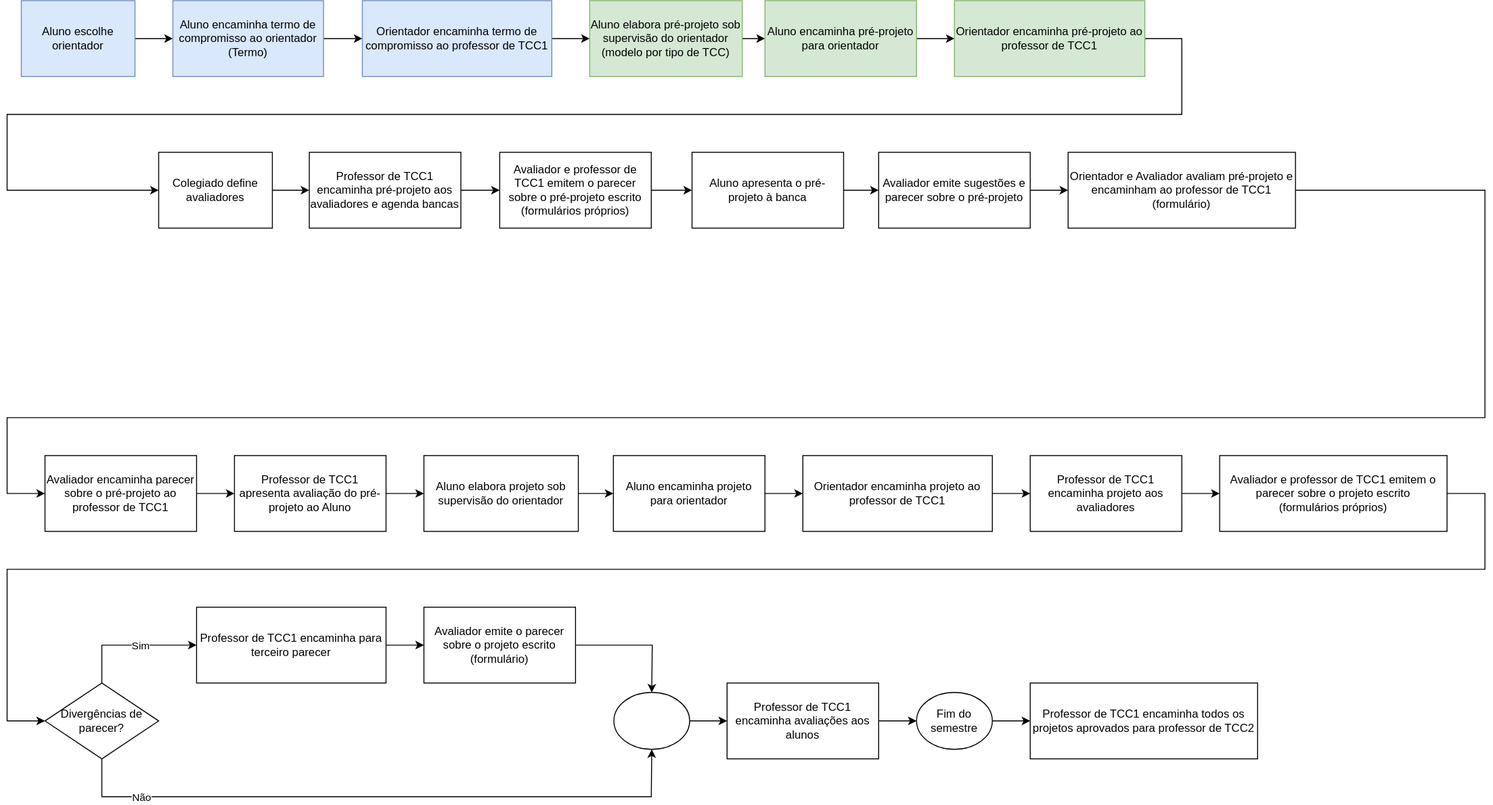
The draw.io diagram _BCC/Cronogramas/cronogramaFluxograma.drawio.svg in dalton-reis/disciplina_TCC1_Privado, before a commit. Source tidied: cells renumbered, new cells last; positions are measured from the earlier drawing's top-left corner, leaving out a move shared by most shapes.
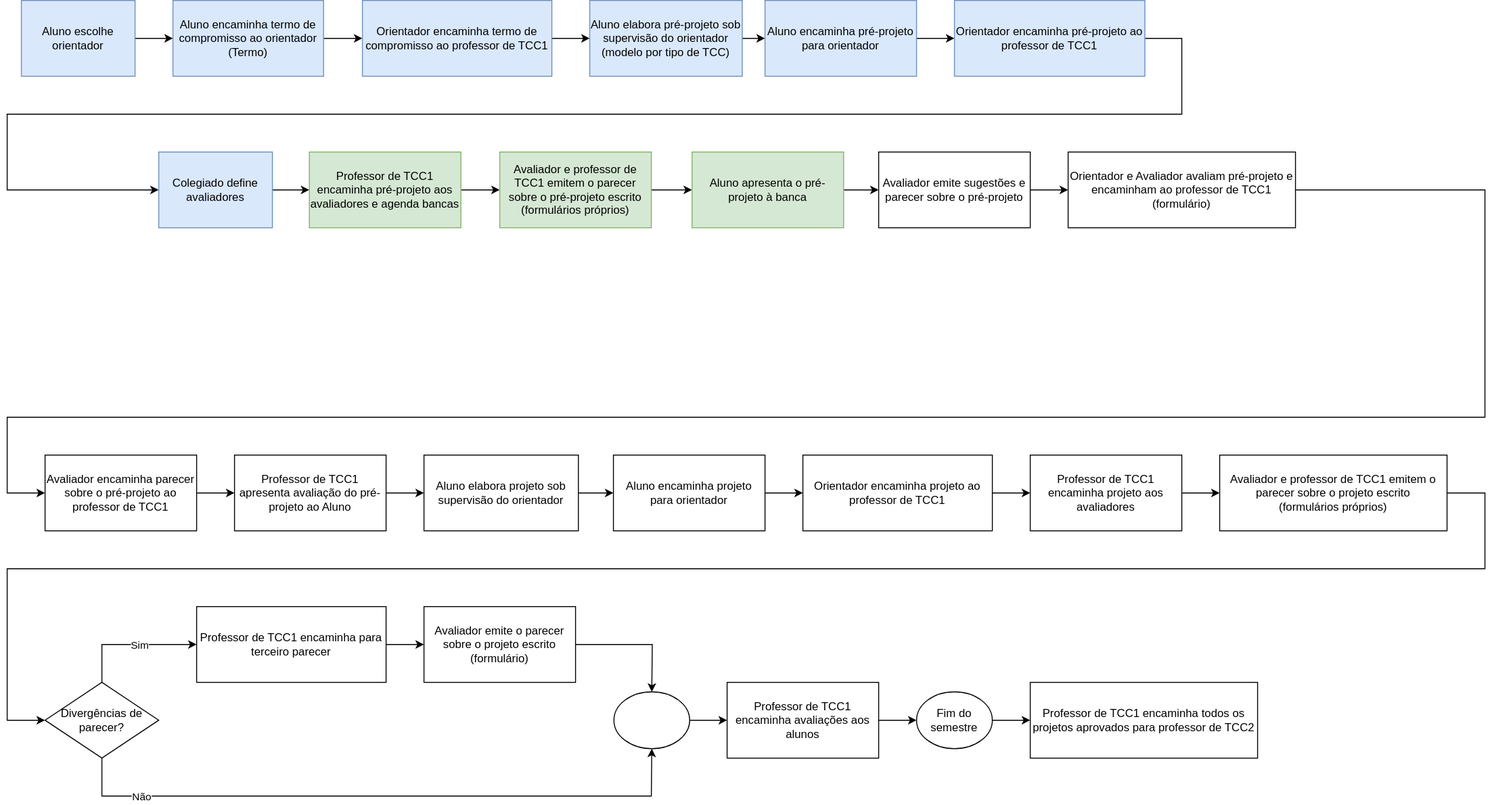
Above is the later version.

Diff of the diagram source:
```diff
@@ -23,13 +23,13 @@
     <mxCell id="8" style="edgeStyle=orthogonalEdgeStyle;rounded=0;jettySize=auto;html=1;fontColor=#000000;" parent="1" edge="1" source="9" target="11">
       <mxGeometry relative="1" as="geometry" />
     </mxCell>
-    <mxCell id="9" value="Aluno elabora pré-projeto sob supervisão do orientador&lt;br&gt;(modelo por tipo de TCC)" style="whiteSpace=wrap;html=1;fillColor=#d5e8d4;strokeColor=#82b366;" parent="1" vertex="1">
+    <mxCell id="9" value="Aluno elabora pré-projeto sob supervisão do orientador&lt;br&gt;(modelo por tipo de TCC)" style="whiteSpace=wrap;html=1;fillColor=#dae8fc;strokeColor=#6c8ebf;" parent="1" vertex="1">
       <mxGeometry x="615" width="161" height="80" as="geometry" />
     </mxCell>
     <mxCell id="10" style="edgeStyle=orthogonalEdgeStyle;rounded=0;jettySize=auto;html=1;fontColor=#000000;" parent="1" edge="1" source="11" target="13">
       <mxGeometry relative="1" as="geometry" />
     </mxCell>
-    <mxCell id="11" value="Aluno encaminha pré-projeto para orientador" style="whiteSpace=wrap;html=1;fillColor=#d5e8d4;strokeColor=#82b366;" parent="1" vertex="1">
+    <mxCell id="11" value="Aluno encaminha pré-projeto para orientador" style="whiteSpace=wrap;html=1;fillColor=#dae8fc;strokeColor=#6c8ebf;" parent="1" vertex="1">
       <mxGeometry x="800" width="160" height="80" as="geometry" />
     </mxCell>
     <mxCell id="12" style="edgeStyle=orthogonalEdgeStyle;rounded=0;jettySize=auto;html=1;fontColor=#000000;entryX=0;entryY=0.5;entryDx=0;entryDy=0;" parent="1" edge="1" source="13" target="15">
@@ -42,13 +42,13 @@
         </Array>
       </mxGeometry>
     </mxCell>
-    <mxCell id="13" value="Orientador encaminha pré-projeto ao professor de TCC1" style="whiteSpace=wrap;html=1;fillColor=#d5e8d4;strokeColor=#82b366;" parent="1" vertex="1">
+    <mxCell id="13" value="Orientador encaminha pré-projeto ao professor de TCC1" style="whiteSpace=wrap;html=1;fillColor=#dae8fc;strokeColor=#6c8ebf;" parent="1" vertex="1">
       <mxGeometry x="1000" width="201" height="80" as="geometry" />
     </mxCell>
     <mxCell id="14" style="edgeStyle=orthogonalEdgeStyle;rounded=0;jettySize=auto;html=1;fontColor=#000000;" parent="1" edge="1" source="15" target="18">
       <mxGeometry relative="1" as="geometry" />
     </mxCell>
-    <mxCell id="15" value="Colegiado define avaliadores" style="whiteSpace=wrap;html=1;" parent="1" vertex="1">
+    <mxCell id="15" value="Colegiado define avaliadores" style="whiteSpace=wrap;html=1;fillColor=#dae8fc;strokeColor=#6c8ebf;" parent="1" vertex="1">
       <mxGeometry x="160" y="160" width="120" height="80" as="geometry" />
     </mxCell>
     <mxCell id="16" style="edgeStyle=orthogonalEdgeStyle;rounded=0;jettySize=auto;html=1;exitX=1;exitY=0.5;exitDx=0;exitDy=0;fontColor=#000000;" parent="1" edge="1" source="27" target="20">
@@ -57,13 +57,13 @@
     <mxCell id="17" style="edgeStyle=orthogonalEdgeStyle;rounded=0;jettySize=auto;html=1;fontColor=#000000;" parent="1" edge="1" source="18" target="27">
       <mxGeometry relative="1" as="geometry" />
     </mxCell>
-    <mxCell id="18" value="Professor de TCC1 encaminha pré-projeto aos avaliadores e agenda bancas" style="whiteSpace=wrap;html=1;" parent="1" vertex="1">
+    <mxCell id="18" value="Professor de TCC1 encaminha pré-projeto aos avaliadores e agenda bancas" style="whiteSpace=wrap;html=1;fillColor=#d5e8d4;strokeColor=#82b366;" parent="1" vertex="1">
       <mxGeometry x="319" y="160" width="160" height="80" as="geometry" />
     </mxCell>
     <mxCell id="19" style="edgeStyle=orthogonalEdgeStyle;rounded=0;jettySize=auto;html=1;fontColor=#000000;" parent="1" edge="1" source="20" target="22">
       <mxGeometry relative="1" as="geometry" />
     </mxCell>
-    <mxCell id="20" value="Aluno apresenta o pré-projeto à banca" style="whiteSpace=wrap;html=1;" parent="1" vertex="1">
+    <mxCell id="20" value="Aluno apresenta o pré-projeto à banca" style="whiteSpace=wrap;html=1;fillColor=#d5e8d4;strokeColor=#82b366;" parent="1" vertex="1">
       <mxGeometry x="723" y="160" width="160" height="80" as="geometry" />
     </mxCell>
     <mxCell id="21" style="edgeStyle=orthogonalEdgeStyle;rounded=0;jettySize=auto;html=1;fontColor=#000000;" parent="1" edge="1" source="22" target="23">
@@ -91,7 +91,7 @@
     <mxCell id="26" value="Avaliador encaminha parecer sobre o pré-projeto ao professor de TCC1" style="whiteSpace=wrap;html=1;" parent="1" vertex="1">
       <mxGeometry x="40" y="480" width="160" height="80" as="geometry" />
     </mxCell>
-    <mxCell id="27" value="Avaliador e professor de TCC1 emitem o parecer sobre o pré-projeto escrito&lt;br&gt;(formulários próprios)" style="whiteSpace=wrap;html=1;" parent="1" vertex="1">
+    <mxCell id="27" value="Avaliador e professor de TCC1 emitem o parecer sobre o pré-projeto escrito&lt;br&gt;(formulários próprios)" style="whiteSpace=wrap;html=1;fillColor=#d5e8d4;strokeColor=#82b366;" parent="1" vertex="1">
       <mxGeometry x="520" y="160" width="160" height="80" as="geometry" />
     </mxCell>
     <mxCell id="28" style="edgeStyle=orthogonalEdgeStyle;rounded=0;jettySize=auto;html=1;fontColor=#000000;" parent="1" edge="1" source="29" target="31">
```
